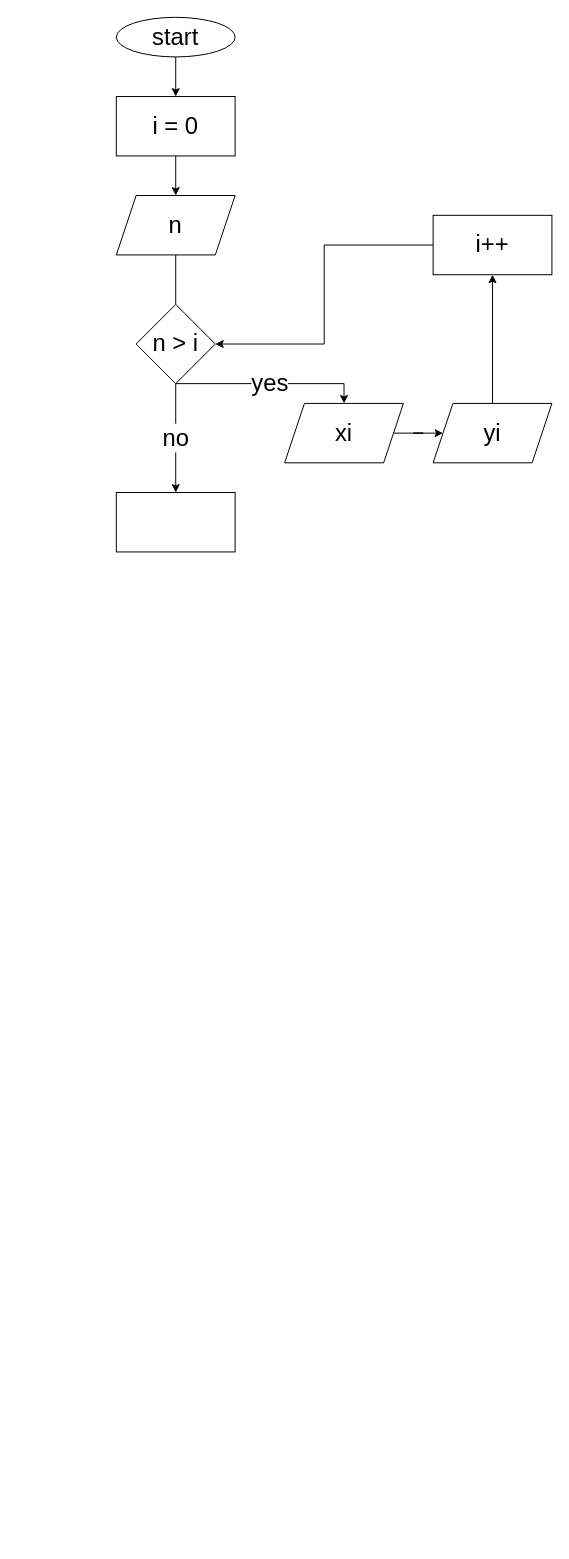
Before: Correlation Flowchart.drawio in ahmedalmory/correlation-flowchart, a draw.io diagram. Source tidied: cells renumbered, new cells numbered last; positions are measured from the earlier drawing's top-left corner, leaving out a move shared by most shapes. Both pictures are drawn from the tidied source at 99%, with x=0, y=0 at pixel (116, 17).
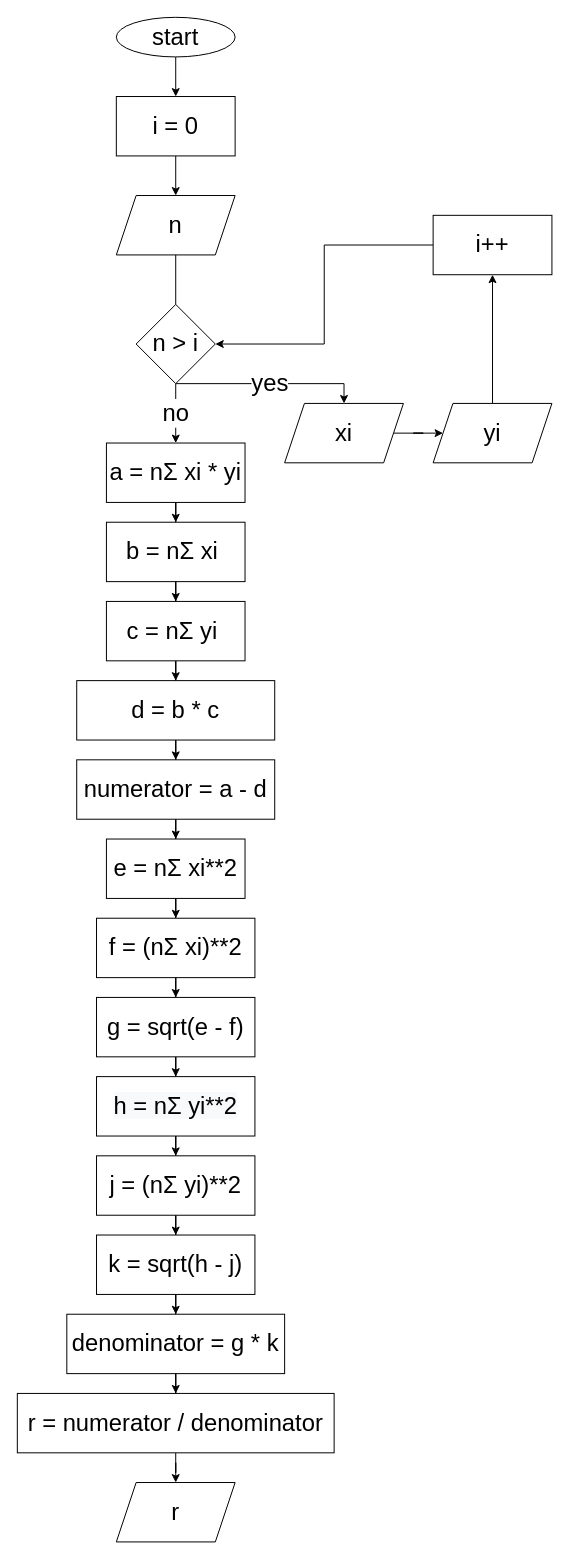
After the change.

The edit, as a diff of the source:
```diff
@@
+    <mxCell id="18" style="edgeStyle=orthogonalEdgeStyle;rounded=0;jettySize=auto;html=1;fontSize=24;" parent="1" edge="1" source="17" target="20">
+      <mxGeometry relative="1" as="geometry" />
+    </mxCell>
-    <mxCell id="17" style="whiteSpace=wrap;html=1;" parent="1" vertex="1">
-      <mxGeometry y="480" width="120" height="60" as="geometry" />
+    <mxCell id="17" value="&lt;font style=&quot;font-size: 24px;&quot;&gt;a = nΣ xi * yi&lt;/font&gt;" style="whiteSpace=wrap;html=1;" parent="1" vertex="1">
+      <mxGeometry x="-10" y="430" width="140" height="60" as="geometry" />
     </mxCell>
+    <mxCell id="19" style="edgeStyle=orthogonalEdgeStyle;rounded=0;jettySize=auto;html=1;fontSize=24;" parent="1" edge="1" source="20" target="22">
+      <mxGeometry relative="1" as="geometry" />
+    </mxCell>
+    <mxCell id="20" value="&lt;font style=&quot;font-size: 24px;&quot;&gt;b =&amp;nbsp;nΣ xi&amp;nbsp;&lt;/font&gt;" style="whiteSpace=wrap;html=1;" parent="1" vertex="1">
+      <mxGeometry x="-10" y="510" width="140" height="60" as="geometry" />
+    </mxCell>
+    <mxCell id="21" style="edgeStyle=orthogonalEdgeStyle;rounded=0;jettySize=auto;html=1;fontSize=24;" parent="1" edge="1" source="22" target="24">
+      <mxGeometry relative="1" as="geometry" />
+    </mxCell>
+    <mxCell id="22" value="&lt;font style=&quot;font-size: 24px;&quot;&gt;c =&amp;nbsp;nΣ yi&amp;nbsp;&lt;/font&gt;" style="whiteSpace=wrap;html=1;" parent="1" vertex="1">
+      <mxGeometry x="-10" y="590" width="140" height="60" as="geometry" />
+    </mxCell>
+    <mxCell id="23" style="edgeStyle=orthogonalEdgeStyle;rounded=0;jettySize=auto;html=1;fontSize=24;" parent="1" edge="1" source="24" target="26">
+      <mxGeometry relative="1" as="geometry" />
+    </mxCell>
+    <mxCell id="24" value="&lt;font style=&quot;font-size: 24px;&quot;&gt;d = b * c&lt;/font&gt;" style="whiteSpace=wrap;html=1;" parent="1" vertex="1">
+      <mxGeometry x="-40" y="670" width="200" height="60" as="geometry" />
+    </mxCell>
+    <mxCell id="25" style="edgeStyle=orthogonalEdgeStyle;rounded=0;jettySize=auto;html=1;fontSize=24;" parent="1" edge="1" source="26" target="28">
+      <mxGeometry relative="1" as="geometry" />
+    </mxCell>
+    <mxCell id="26" value="&lt;span style=&quot;font-size: 24px;&quot;&gt;numerator&amp;nbsp;&lt;/span&gt;&lt;span style=&quot;font-size: 24px;&quot;&gt;= a - d&lt;/span&gt;" style="whiteSpace=wrap;html=1;" parent="1" vertex="1">
+      <mxGeometry x="-40" y="750" width="200" height="60" as="geometry" />
+    </mxCell>
+    <mxCell id="27" style="edgeStyle=orthogonalEdgeStyle;rounded=0;jettySize=auto;html=1;fontSize=24;" parent="1" edge="1" source="28" target="30">
+      <mxGeometry relative="1" as="geometry" />
+    </mxCell>
+    <mxCell id="28" value="&lt;font style=&quot;font-size: 24px;&quot;&gt;e = nΣ xi**2&lt;/font&gt;" style="whiteSpace=wrap;html=1;" parent="1" vertex="1">
+      <mxGeometry x="-10" y="830" width="140" height="60" as="geometry" />
+    </mxCell>
+    <mxCell id="29" style="edgeStyle=orthogonalEdgeStyle;rounded=0;jettySize=auto;html=1;fontSize=24;" parent="1" edge="1" source="30" target="32">
+      <mxGeometry relative="1" as="geometry" />
+    </mxCell>
+    <mxCell id="30" value="&lt;font style=&quot;font-size: 24px;&quot;&gt;f = (nΣ xi)**2&lt;/font&gt;" style="whiteSpace=wrap;html=1;" parent="1" vertex="1">
+      <mxGeometry x="-20" y="910" width="160" height="60" as="geometry" />
+    </mxCell>
+    <mxCell id="31" style="edgeStyle=orthogonalEdgeStyle;rounded=0;jettySize=auto;html=1;fontSize=24;" parent="1" edge="1" source="32" target="34">
+      <mxGeometry relative="1" as="geometry" />
+    </mxCell>
+    <mxCell id="32" value="&lt;font style=&quot;font-size: 24px;&quot;&gt;g = sqrt(e - f)&lt;/font&gt;" style="whiteSpace=wrap;html=1;" parent="1" vertex="1">
+      <mxGeometry x="-20" y="990" width="160" height="60" as="geometry" />
+    </mxCell>
+    <mxCell id="33" style="edgeStyle=orthogonalEdgeStyle;rounded=0;jettySize=auto;html=1;fontSize=24;" parent="1" edge="1" source="34" target="36">
+      <mxGeometry relative="1" as="geometry" />
+    </mxCell>
+    <mxCell id="34" value="&lt;span style=&quot;color: rgb(0, 0, 0); font-family: Helvetica; font-size: 24px; font-style: normal; font-variant-ligatures: normal; font-variant-caps: normal; font-weight: 400; letter-spacing: normal; orphans: 2; text-align: center; text-indent: 0px; text-transform: none; widows: 2; word-spacing: 0px; -webkit-text-stroke-width: 0px; background-color: rgb(248, 249, 250); text-decoration-thickness: initial; text-decoration-style: initial; text-decoration-color: initial; float: none; display: inline !important;&quot;&gt;h = nΣ yi**2&lt;/span&gt;&lt;br&gt;" style="whiteSpace=wrap;html=1;" parent="1" vertex="1">
+      <mxGeometry x="-20" y="1070" width="160" height="60" as="geometry" />
+    </mxCell>
+    <mxCell id="35" style="edgeStyle=orthogonalEdgeStyle;rounded=0;jettySize=auto;html=1;fontSize=24;" parent="1" edge="1" source="36" target="38">
+      <mxGeometry relative="1" as="geometry" />
+    </mxCell>
+    <mxCell id="36" value="&lt;span style=&quot;font-size: 24px;&quot;&gt;j = (nΣ yi)**2&lt;/span&gt;" style="whiteSpace=wrap;html=1;" parent="1" vertex="1">
+      <mxGeometry x="-20" y="1150" width="160" height="60" as="geometry" />
+    </mxCell>
+    <mxCell id="37" style="edgeStyle=orthogonalEdgeStyle;rounded=0;jettySize=auto;html=1;fontSize=24;" parent="1" edge="1" source="38" target="40">
+      <mxGeometry relative="1" as="geometry" />
+    </mxCell>
+    <mxCell id="38" value="&lt;font style=&quot;font-size: 24px;&quot;&gt;k = sqrt(h - j)&lt;/font&gt;" style="whiteSpace=wrap;html=1;" parent="1" vertex="1">
+      <mxGeometry x="-20" y="1230" width="160" height="60" as="geometry" />
+    </mxCell>
+    <mxCell id="39" style="edgeStyle=orthogonalEdgeStyle;rounded=0;jettySize=auto;html=1;fontSize=24;" parent="1" edge="1" source="40" target="42">
+      <mxGeometry relative="1" as="geometry" />
+    </mxCell>
+    <mxCell id="40" value="&lt;font style=&quot;font-size: 24px;&quot;&gt;denominator = g * k&lt;/font&gt;" style="whiteSpace=wrap;html=1;" parent="1" vertex="1">
+      <mxGeometry x="-50" y="1310" width="220" height="60" as="geometry" />
+    </mxCell>
+    <mxCell id="41" style="edgeStyle=orthogonalEdgeStyle;rounded=0;jettySize=auto;html=1;fontSize=24;" parent="1" edge="1" source="42" target="43">
+      <mxGeometry relative="1" as="geometry" />
+    </mxCell>
+    <mxCell id="42" value="&lt;font style=&quot;font-size: 24px;&quot;&gt;r =&amp;nbsp;numerator / denominator&lt;/font&gt;" style="whiteSpace=wrap;html=1;" parent="1" vertex="1">
+      <mxGeometry x="-100" y="1390" width="320" height="60" as="geometry" />
+    </mxCell>
+    <mxCell id="43" value="&lt;font style=&quot;font-size: 24px;&quot;&gt;r&lt;/font&gt;" style="shape=parallelogram;perimeter=parallelogramPerimeter;whiteSpace=wrap;html=1;fixedSize=1;" parent="1" vertex="1">
+      <mxGeometry y="1480" width="120" height="60" as="geometry" />
+    </mxCell>
```
